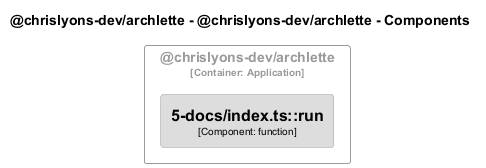
This is docs/architecture/diagrams/structurizr-Classes_docs.png from chrislyons-dev/archlette, a PlantUML export, as it was before one commit. Source of this version:
```plantuml
@startuml
set separator none
title @chrislyons-dev/archlette - @chrislyons-dev/archlette - Components

top to bottom direction
skinparam ranksep 60
skinparam nodesep 30

skinparam {
  arrowFontSize 10
  defaultTextAlignment center
  wrapWidth 200
  maxMessageSize 100
}

hide stereotype

skinparam rectangle<<chrislyonsdevarchlette.chrislyonsdevarchlette.5docsindextsrun>> {
  BackgroundColor #dddddd
  FontColor #000000
  BorderColor #9a9a9a
  shadowing false
}
skinparam rectangle<<chrislyonsdevarchlette.chrislyonsdevarchlette>> {
  BorderColor #9a9a9a
  FontColor #9a9a9a
  shadowing false
}

rectangle "@chrislyons-dev/archlette\n<size:10>[Container: Application]</size>" <<chrislyonsdevarchlette.chrislyonsdevarchlette>> {
  rectangle "==5-docs/index.ts::run\n<size:10>[Component: function]</size>" <<chrislyonsdevarchlette.chrislyonsdevarchlette.5docsindextsrun>> as chrislyonsdevarchlette.chrislyonsdevarchlette.5docsindextsrun
}

@enduml
```
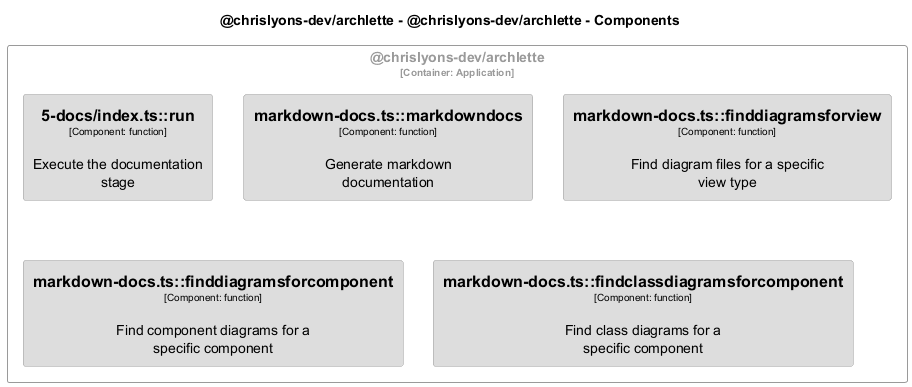
After the change.

Diff of the diagram source:
```diff
@@ -21,6 +21,30 @@
   BorderColor #9a9a9a
   shadowing false
 }
+skinparam rectangle<<chrislyonsdevarchlette.chrislyonsdevarchlette.markdowndocstsfindclassdiagramsforcomponent>> {
+  BackgroundColor #dddddd
+  FontColor #000000
+  BorderColor #9a9a9a
+  shadowing false
+}
+skinparam rectangle<<chrislyonsdevarchlette.chrislyonsdevarchlette.markdowndocstsfinddiagramsforcomponent>> {
+  BackgroundColor #dddddd
+  FontColor #000000
+  BorderColor #9a9a9a
+  shadowing false
+}
+skinparam rectangle<<chrislyonsdevarchlette.chrislyonsdevarchlette.markdowndocstsfinddiagramsforview>> {
+  BackgroundColor #dddddd
+  FontColor #000000
+  BorderColor #9a9a9a
+  shadowing false
+}
+skinparam rectangle<<chrislyonsdevarchlette.chrislyonsdevarchlette.markdowndocstsmarkdowndocs>> {
+  BackgroundColor #dddddd
+  FontColor #000000
+  BorderColor #9a9a9a
+  shadowing false
+}
 skinparam rectangle<<chrislyonsdevarchlette.chrislyonsdevarchlette>> {
   BorderColor #9a9a9a
   FontColor #9a9a9a
@@ -28,7 +52,11 @@
 }
 
 rectangle "@chrislyons-dev/archlette\n<size:10>[Container: Application]</size>" <<chrislyonsdevarchlette.chrislyonsdevarchlette>> {
-  rectangle "==5-docs/index.ts::run\n<size:10>[Component: function]</size>" <<chrislyonsdevarchlette.chrislyonsdevarchlette.5docsindextsrun>> as chrislyonsdevarchlette.chrislyonsdevarchlette.5docsindextsrun
+  rectangle "==5-docs/index.ts::run\n<size:10>[Component: function]</size>\n\nExecute the documentation stage" <<chrislyonsdevarchlette.chrislyonsdevarchlette.5docsindextsrun>> as chrislyonsdevarchlette.chrislyonsdevarchlette.5docsindextsrun
+  rectangle "==markdown-docs.ts::markdowndocs\n<size:10>[Component: function]</size>\n\nGenerate markdown documentation" <<chrislyonsdevarchlette.chrislyonsdevarchlette.markdowndocstsmarkdowndocs>> as chrislyonsdevarchlette.chrislyonsdevarchlette.markdowndocstsmarkdowndocs
+  rectangle "==markdown-docs.ts::finddiagramsforview\n<size:10>[Component: function]</size>\n\nFind diagram files for a specific view type" <<chrislyonsdevarchlette.chrislyonsdevarchlette.markdowndocstsfinddiagramsforview>> as chrislyonsdevarchlette.chrislyonsdevarchlette.markdowndocstsfinddiagramsforview
+  rectangle "==markdown-docs.ts::finddiagramsforcomponent\n<size:10>[Component: function]</size>\n\nFind component diagrams for a specific component" <<chrislyonsdevarchlette.chrislyonsdevarchlette.markdowndocstsfinddiagramsforcomponent>> as chrislyonsdevarchlette.chrislyonsdevarchlette.markdowndocstsfinddiagramsforcomponent
+  rectangle "==markdown-docs.ts::findclassdiagramsforcomponent\n<size:10>[Component: function]</size>\n\nFind class diagrams for a specific component" <<chrislyonsdevarchlette.chrislyonsdevarchlette.markdowndocstsfindclassdiagramsforcomponent>> as chrislyonsdevarchlette.chrislyonsdevarchlette.markdowndocstsfindclassdiagramsforcomponent
 }
 
 @enduml
```
